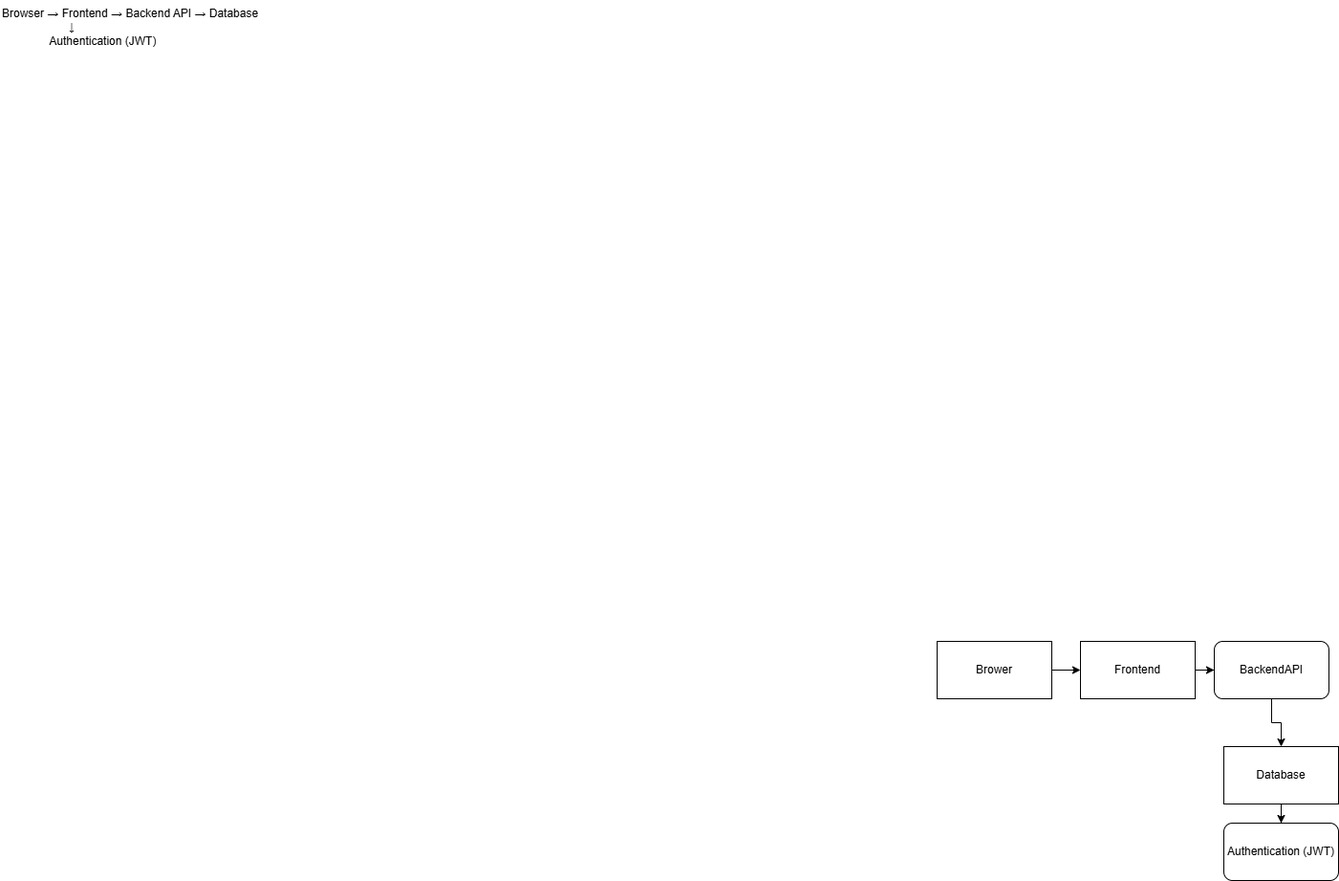
Above: docs/system-architecture.png in SODABATTINAYASASWINI/multi-tenant-saas (draw.io), before the change. Source tidied: cells renumbered, new cells last; positions are measured from the earlier drawing's top-left corner, leaving out a move shared by most shapes.
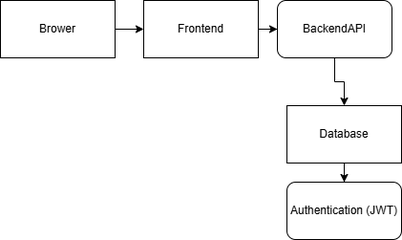
Above is the later version.

Diff of the diagram source:
```diff
@@ -2,9 +2,6 @@
   <root>
     <mxCell id="0" />
     <mxCell id="1" parent="0" />
-    <mxCell id="2" value="Browser → Frontend → Backend API → Database&#10;                     ↓&#10;               Authentication (JWT)" style="text;whiteSpace=wrap;" parent="1" vertex="1">
-      <mxGeometry width="790" height="420" as="geometry" />
-    </mxCell>
     <mxCell id="3" style="edgeStyle=orthogonalEdgeStyle;rounded=0;jettySize=auto;html=1;" parent="1" edge="1" source="4" target="6">
       <mxGeometry relative="1" as="geometry" />
     </mxCell>
```
